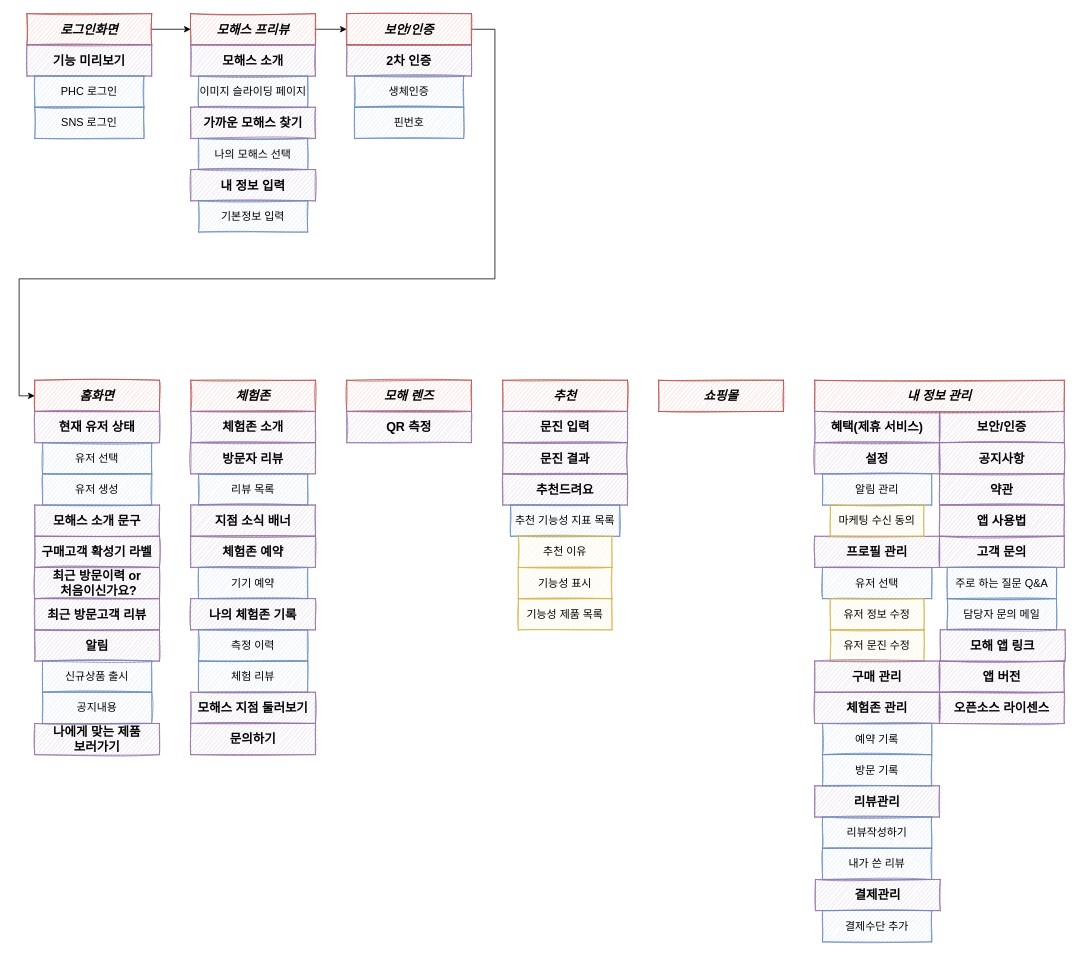
Above: page "모해스 상세메뉴구조도" (2 of 4) of 제목 없는 다이어그램.drawio in wonju5332/TIL (draw.io), before the change. Source tidied: cells renumbered, new cells numbered last; positions are measured from the earlier drawing's top-left corner, leaving out a move shared by most shapes. Both pictures are drawn from the tidied source at 78%, with x=0, y=0 at pixel (19, 13).
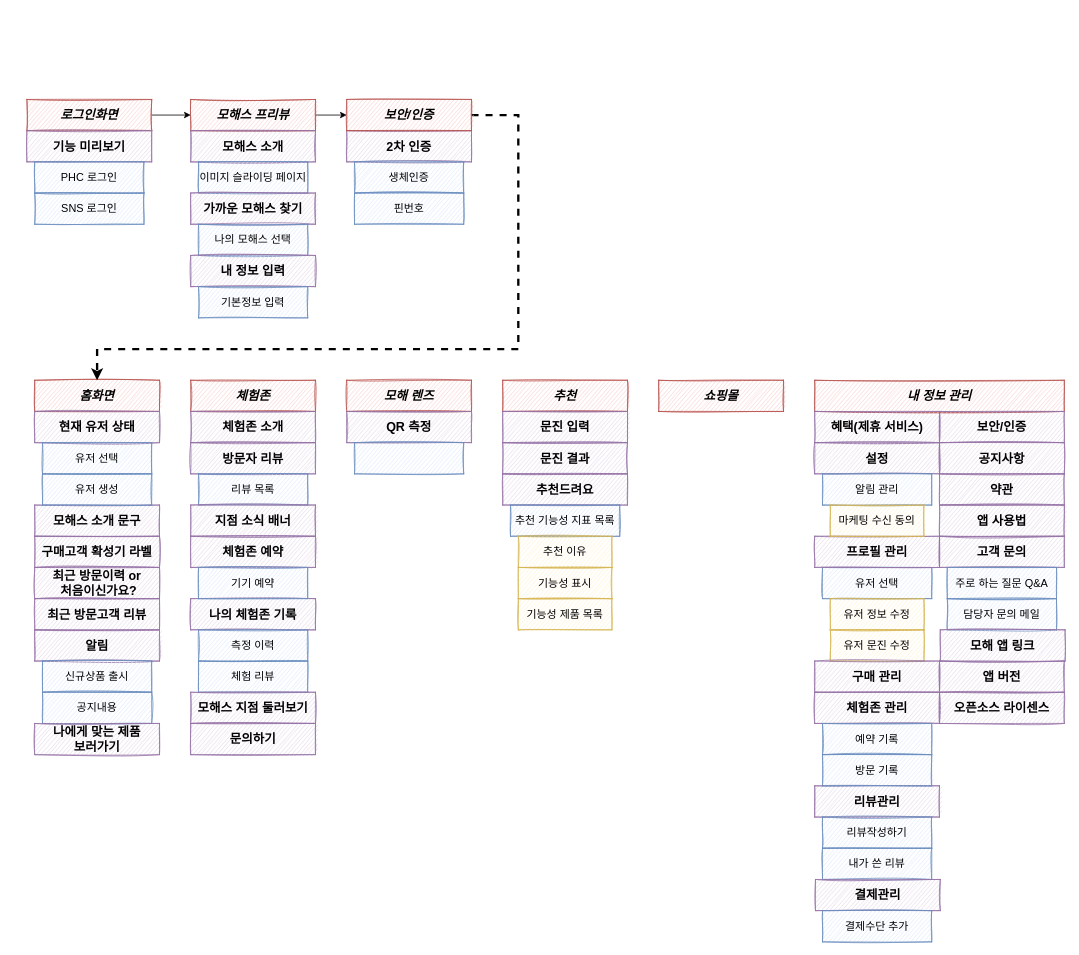
Above is the later version.

Commit message:
제목 없는 다이어그램.drawio 업데이트

Unchanged cells that the change refers to:
```xml
<mxCell id="7" value="홈화면" style="whiteSpace=wrap;html=1;rounded=0;sketch=1;glass=0;fillColor=#f8cecc;strokeColor=#b85450;fontSize=16;fontStyle=3;" parent="1" vertex="1">
  <mxGeometry x="20" y="470" width="160" height="40" as="geometry" />
</mxCell>
```

The edit, as a diff of the source:
```diff
@@
     <mxCell id="3" value="로그인화면" style="whiteSpace=wrap;html=1;rounded=0;sketch=1;glass=0;fillColor=#f8cecc;strokeColor=#b85450;fontSize=16;fontStyle=3;" parent="1" vertex="1">
-      <mxGeometry x="10" width="160" height="40" as="geometry" />
+      <mxGeometry x="10" y="110" width="160" height="40" as="geometry" />
     </mxCell>
     <mxCell id="4" value="기능 미리보기" style="whiteSpace=wrap;html=1;rounded=0;sketch=1;glass=0;fillColor=#e1d5e7;strokeColor=#9673a6;fontSize=16;fontStyle=1;" parent="1" vertex="1">
-      <mxGeometry x="10" y="40" width="160" height="40" as="geometry" />
+      <mxGeometry x="10" y="150" width="160" height="40" as="geometry" />
     </mxCell>
     <mxCell id="5" value="PHC 로그인" style="whiteSpace=wrap;html=1;rounded=0;sketch=1;glass=0;fillColor=#dae8fc;strokeColor=#6c8ebf;fontSize=14;fontStyle=0;" parent="1" vertex="1">
-      <mxGeometry x="20" y="80" width="140" height="40" as="geometry" />
+      <mxGeometry x="20" y="190" width="140" height="40" as="geometry" />
     </mxCell>
     <mxCell id="6" value="SNS 로그인" style="whiteSpace=wrap;html=1;rounded=0;sketch=1;glass=0;fillColor=#dae8fc;strokeColor=#6c8ebf;fontSize=14;fontStyle=0;" parent="1" vertex="1">
-      <mxGeometry x="20" y="120" width="140" height="40" as="geometry" />
+      <mxGeometry x="20" y="230" width="140" height="40" as="geometry" />
     </mxCell>
@@
     <mxCell id="12" value="2차 인증" style="whiteSpace=wrap;html=1;rounded=0;sketch=1;glass=0;fillColor=#e1d5e7;strokeColor=#9673a6;fontSize=16;fontStyle=1;" parent="1" vertex="1">
-      <mxGeometry x="420" y="40" width="160" height="40" as="geometry" />
+      <mxGeometry x="420" y="150" width="160" height="40" as="geometry" />
     </mxCell>
     <mxCell id="13" value="생체인증" style="whiteSpace=wrap;html=1;rounded=0;sketch=1;glass=0;fillColor=#dae8fc;strokeColor=#6c8ebf;fontSize=14;fontStyle=0;" parent="1" vertex="1">
-      <mxGeometry x="430" y="80" width="140" height="40" as="geometry" />
+      <mxGeometry x="430" y="190" width="140" height="40" as="geometry" />
     </mxCell>
     <mxCell id="14" value="핀번호" style="whiteSpace=wrap;html=1;rounded=0;sketch=1;glass=0;fillColor=#dae8fc;strokeColor=#6c8ebf;fontSize=14;fontStyle=0;" parent="1" vertex="1">
-      <mxGeometry x="430" y="120" width="140" height="40" as="geometry" />
+      <mxGeometry x="430" y="230" width="140" height="40" as="geometry" />
     </mxCell>
@@
     <mxCell id="45" value="모해스 프리뷰" style="whiteSpace=wrap;html=1;rounded=0;sketch=1;glass=0;fillColor=#f8cecc;strokeColor=#b85450;fontSize=16;fontStyle=3;" parent="1" vertex="1">
-      <mxGeometry x="220" width="160" height="40" as="geometry" />
+      <mxGeometry x="220" y="110" width="160" height="40" as="geometry" />
     </mxCell>
     <mxCell id="46" value="모해스 소개" style="whiteSpace=wrap;html=1;rounded=0;sketch=1;glass=0;fillColor=#e1d5e7;strokeColor=#9673a6;fontSize=16;fontStyle=1;" parent="1" vertex="1">
-      <mxGeometry x="220" y="40" width="160" height="40" as="geometry" />
+      <mxGeometry x="220" y="150" width="160" height="40" as="geometry" />
     </mxCell>
     <mxCell id="47" value="이미지 슬라이딩 페이지" style="whiteSpace=wrap;html=1;rounded=0;sketch=1;glass=0;fillColor=#dae8fc;strokeColor=#6c8ebf;fontSize=14;fontStyle=0;" parent="1" vertex="1">
-      <mxGeometry x="230" y="80" width="140" height="40" as="geometry" />
+      <mxGeometry x="230" y="190" width="140" height="40" as="geometry" />
     </mxCell>
     <mxCell id="48" value="가까운 모해스 찾기" style="whiteSpace=wrap;html=1;rounded=0;sketch=1;glass=0;fillColor=#e1d5e7;strokeColor=#9673a6;fontSize=16;fontStyle=1;" parent="1" vertex="1">
-      <mxGeometry x="220" y="120" width="160" height="40" as="geometry" />
+      <mxGeometry x="220" y="230" width="160" height="40" as="geometry" />
     </mxCell>
     <mxCell id="49" value="나의 모해스 선택" style="whiteSpace=wrap;html=1;rounded=0;sketch=1;glass=0;fillColor=#dae8fc;strokeColor=#6c8ebf;fontSize=14;fontStyle=0;" parent="1" vertex="1">
-      <mxGeometry x="230" y="160" width="140" height="40" as="geometry" />
+      <mxGeometry x="230" y="270" width="140" height="40" as="geometry" />
     </mxCell>
     <mxCell id="50" value="내 정보 입력" style="whiteSpace=wrap;html=1;rounded=0;sketch=1;glass=0;fillColor=#e1d5e7;strokeColor=#9673a6;fontSize=16;fontStyle=1;" parent="1" vertex="1">
-      <mxGeometry x="220" y="200" width="160" height="40" as="geometry" />
+      <mxGeometry x="220" y="310" width="160" height="40" as="geometry" />
     </mxCell>
     <mxCell id="51" value="기본정보 입력" style="whiteSpace=wrap;html=1;rounded=0;sketch=1;glass=0;fillColor=#dae8fc;strokeColor=#6c8ebf;fontSize=14;fontStyle=0;" parent="1" vertex="1">
-      <mxGeometry x="230" y="240" width="140" height="40" as="geometry" />
+      <mxGeometry x="230" y="350" width="140" height="40" as="geometry" />
     </mxCell>
-    <mxCell id="52" style="edgeStyle=orthogonalEdgeStyle;rounded=0;jettySize=auto;html=1;entryX=0;entryY=0.5;entryDx=0;entryDy=0;fontSize=14;exitX=1;exitY=0.5;exitDx=0;exitDy=0;" parent="1" edge="1" source="53" target="7">
+    <mxCell id="52" style="edgeStyle=orthogonalEdgeStyle;rounded=0;jettySize=auto;html=1;entryX=0.5;entryY=0;entryDx=0;entryDy=0;dashed=1;fontColor=default;strokeWidth=3;" parent="1" edge="1" source="53" target="7">
       <mxGeometry relative="1" as="geometry">
         <Array as="points">
-          <mxPoint x="610" y="20" />
-          <mxPoint x="610" y="340" />
-          <mxPoint y="340" />
-          <mxPoint y="490" />
+          <mxPoint x="640" y="130" />
+          <mxPoint x="640" y="430" />
+          <mxPoint x="100" y="430" />
         </Array>
       </mxGeometry>
     </mxCell>
     <mxCell id="53" value="보안/인증" style="whiteSpace=wrap;html=1;rounded=0;sketch=1;glass=0;fillColor=#f8cecc;strokeColor=#b85450;fontSize=16;fontStyle=3;" parent="1" vertex="1">
-      <mxGeometry x="420" width="160" height="40" as="geometry" />
+      <mxGeometry x="420" y="110" width="160" height="40" as="geometry" />
     </mxCell>
@@
+    <mxCell id="83" style="whiteSpace=wrap;html=1;rounded=0;sketch=1;glass=0;fillColor=#dae8fc;strokeColor=#6c8ebf;fontSize=14;fontStyle=0;" parent="1" vertex="1">
+      <mxGeometry x="430" y="550" width="140" height="40" as="geometry" />
+    </mxCell>
```
